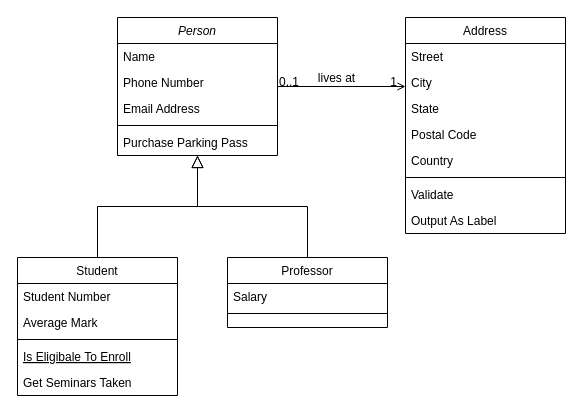
The draw.io diagram src/main/java/trello fs.drawio in fatemehsarkohaki/Trello-Framework, before the edit. Source tidied: cells renumbered, new cells numbered last; positions are measured from the earlier drawing's top-left corner, leaving out a move shared by most shapes. Both pictures are drawn from the tidied source at 100%, with x=0, y=0 at pixel (17, 17).
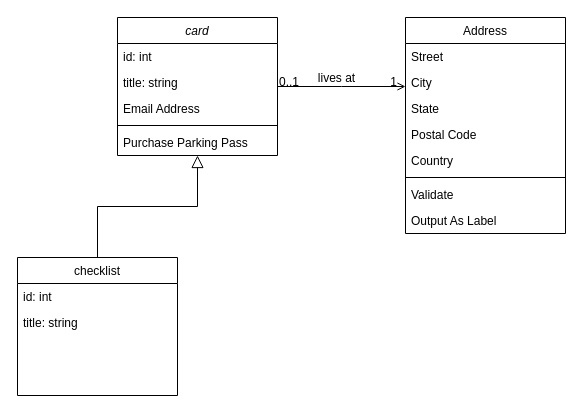
After the change.

Diff of the diagram source:
```diff
@@
-    <mxCell id="2" value="Person" style="swimlane;fontStyle=2;align=center;verticalAlign=top;horizontal=1;startSize=26;rounded=0;shadow=0;strokeWidth=1;" parent="1" vertex="1">
+    <mxCell id="2" value="card" style="swimlane;fontStyle=2;align=center;verticalAlign=top;horizontal=1;startSize=26;rounded=0;shadow=0;strokeWidth=1;" parent="1" vertex="1">
       <mxGeometry x="100" width="160" height="138" as="geometry" />
     </mxCell>
-    <mxCell id="3" value="Name" style="text;align=left;verticalAlign=top;spacingLeft=4;spacingRight=4;overflow=hidden;" parent="2" vertex="1">
+    <mxCell id="3" value="id: int" style="text;align=left;verticalAlign=top;spacingLeft=4;spacingRight=4;overflow=hidden;" parent="2" vertex="1">
       <mxGeometry y="26" width="160" height="26" as="geometry" />
     </mxCell>
-    <mxCell id="4" value="Phone Number" style="text;align=left;verticalAlign=top;spacingLeft=4;spacingRight=4;overflow=hidden;rounded=0;shadow=0;html=0;" parent="2" vertex="1">
+    <mxCell id="4" value="title: string" style="text;align=left;verticalAlign=top;spacingLeft=4;spacingRight=4;overflow=hidden;rounded=0;shadow=0;html=0;" parent="2" vertex="1">
       <mxGeometry y="52" width="160" height="26" as="geometry" />
     </mxCell>
@@
-    <mxCell id="8" value="Student" style="swimlane;fontStyle=0;align=center;verticalAlign=top;horizontal=1;startSize=26;rounded=0;shadow=0;strokeWidth=1;" parent="1" vertex="1">
+    <mxCell id="8" value="checklist" style="swimlane;fontStyle=0;align=center;verticalAlign=top;horizontal=1;startSize=26;rounded=0;shadow=0;strokeWidth=1;" parent="1" vertex="1">
       <mxGeometry y="240" width="160" height="138" as="geometry" />
     </mxCell>
-    <mxCell id="9" value="Student Number" style="text;align=left;verticalAlign=top;spacingLeft=4;spacingRight=4;overflow=hidden;" parent="8" vertex="1">
+    <mxCell id="9" value="id: int" style="text;align=left;verticalAlign=top;spacingLeft=4;spacingRight=4;overflow=hidden;" parent="8" vertex="1">
       <mxGeometry y="26" width="160" height="26" as="geometry" />
     </mxCell>
-    <mxCell id="10" value="Average Mark" style="text;align=left;verticalAlign=top;spacingLeft=4;spacingRight=4;overflow=hidden;rounded=0;shadow=0;html=0;" parent="8" vertex="1">
+    <mxCell id="10" value="title: string" style="text;align=left;verticalAlign=top;spacingLeft=4;spacingRight=4;overflow=hidden;rounded=0;shadow=0;html=0;" parent="8" vertex="1">
       <mxGeometry y="52" width="160" height="26" as="geometry" />
     </mxCell>
-    <mxCell id="11" style="line;html=1;strokeWidth=1;align=left;verticalAlign=middle;spacingTop=-1;spacingLeft=3;spacingRight=3;labelPosition=right;" parent="8" vertex="1">
-      <mxGeometry y="78" width="160" height="8" as="geometry" />
-    </mxCell>
-    <mxCell id="12" value="Is Eligibale To Enroll" style="text;align=left;verticalAlign=top;spacingLeft=4;spacingRight=4;overflow=hidden;fontStyle=4;" parent="8" vertex="1">
-      <mxGeometry y="86" width="160" height="26" as="geometry" />
-    </mxCell>
-    <mxCell id="13" value="Get Seminars Taken" style="text;align=left;verticalAlign=top;spacingLeft=4;spacingRight=4;overflow=hidden;" parent="8" vertex="1">
-      <mxGeometry y="112" width="160" height="26" as="geometry" />
-    </mxCell>
@@
-    <mxCell id="15" value="Professor" style="swimlane;fontStyle=0;align=center;verticalAlign=top;horizontal=1;startSize=26;rounded=0;shadow=0;strokeWidth=1;" parent="1" vertex="1">
-      <mxGeometry x="210" y="240" width="160" height="70" as="geometry" />
-    </mxCell>
-    <mxCell id="16" value="Salary" style="text;align=left;verticalAlign=top;spacingLeft=4;spacingRight=4;overflow=hidden;" parent="15" vertex="1">
-      <mxGeometry y="26" width="160" height="26" as="geometry" />
-    </mxCell>
-    <mxCell id="17" style="line;html=1;strokeWidth=1;align=left;verticalAlign=middle;spacingTop=-1;spacingLeft=3;spacingRight=3;labelPosition=right;" parent="15" vertex="1">
-      <mxGeometry y="52" width="160" height="8" as="geometry" />
-    </mxCell>
-    <mxCell id="18" style="endArrow=block;endSize=10;endFill=0;shadow=0;strokeWidth=1;rounded=0;edgeStyle=elbowEdgeStyle;elbow=vertical;" parent="1" edge="1" source="15" target="2">
-      <mxGeometry relative="1" as="geometry" />
-    </mxCell>
```
